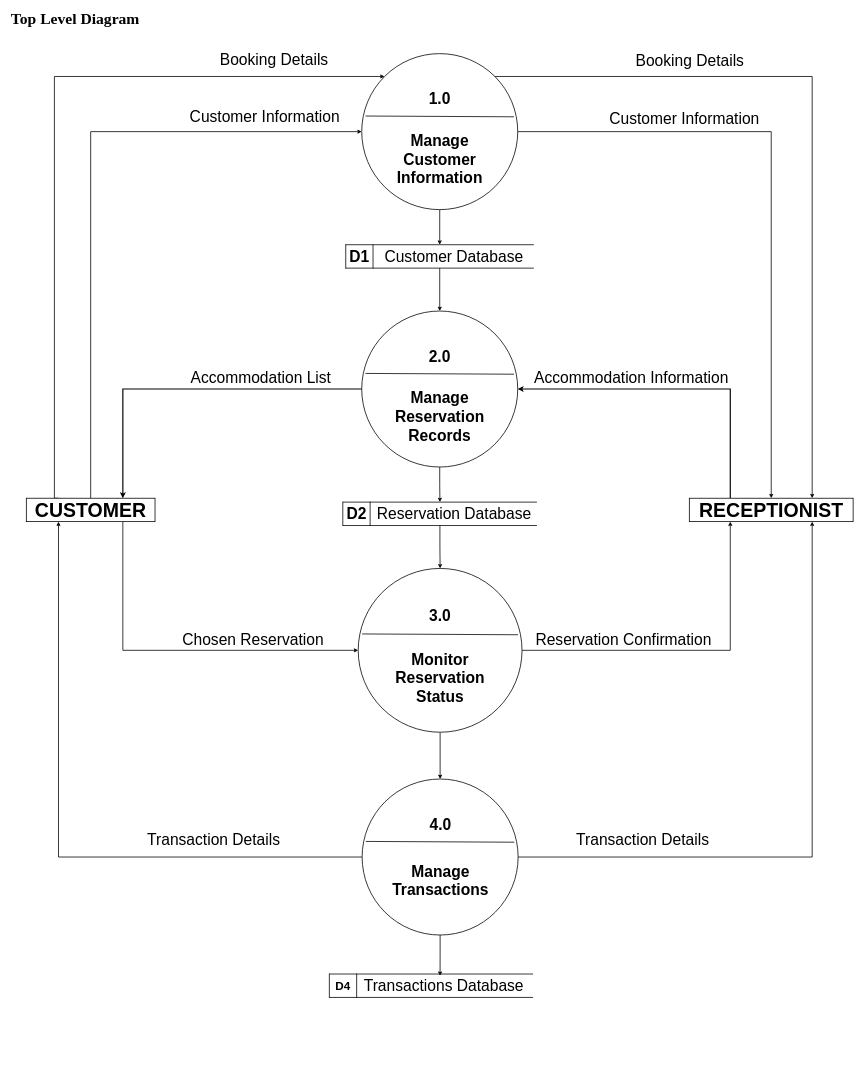
The draw.io diagram CC13/TopLevelDiagram.drawio in doyaoencab/draw.io, before the edit. Source tidied: cells renumbered, new cells numbered last; positions are measured from the earlier drawing's top-left corner, leaving out a move shared by most shapes. Both pictures are drawn from the tidied source at 39%, with x=0, y=0 at pixel (7, 7).
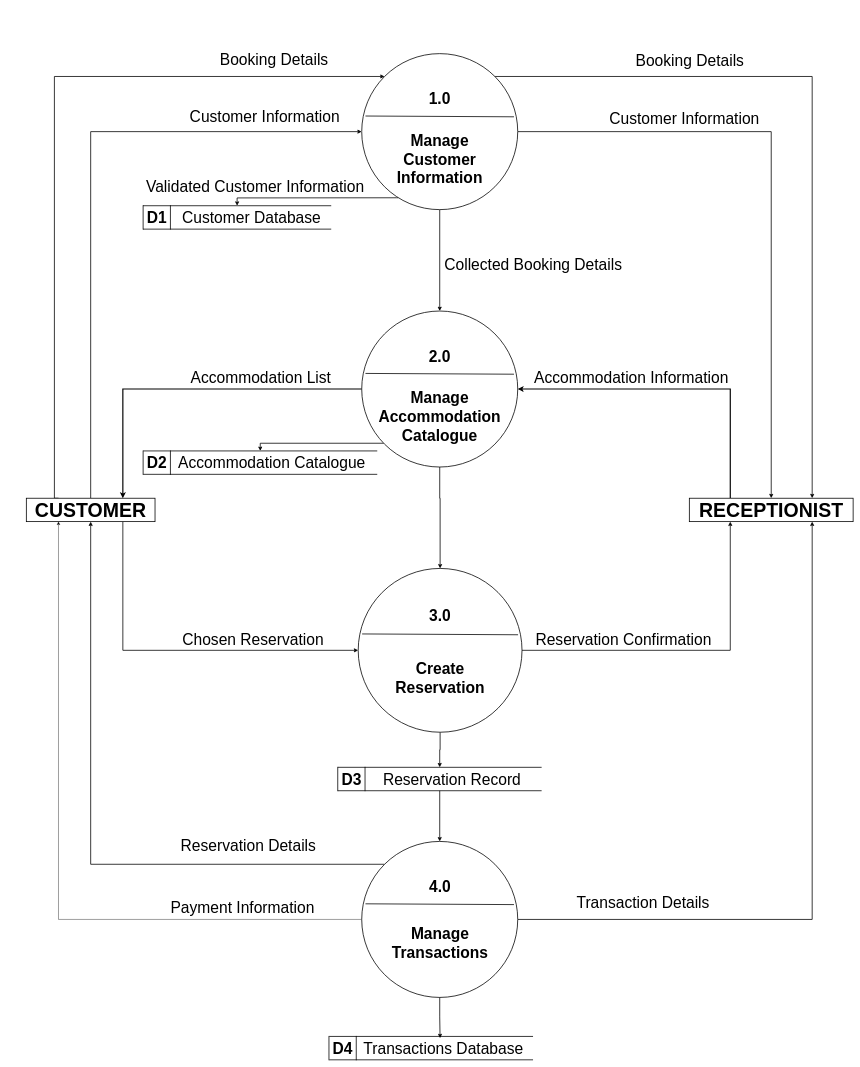
The same diagram, later.

The change refers to these unchanged cells:
```xml
<mxCell id="5" style="ellipse;whiteSpace=wrap;html=1;strokeWidth=2;" parent="1" vertex="1">
  <mxGeometry x="910" y="120" width="400" height="400" as="geometry" />
</mxCell>
<mxCell id="10" style="ellipse;whiteSpace=wrap;html=1;strokeWidth=2;" parent="1" vertex="1">
  <mxGeometry x="910" y="780" width="400" height="400" as="geometry" />
</mxCell>
<mxCell id="16" value="&lt;b&gt;&lt;font style=&quot;font-size: 50px;&quot;&gt;CUSTOMER&lt;/font&gt;&lt;/b&gt;" style="rounded=0;whiteSpace=wrap;html=1;strokeWidth=2;" parent="1" vertex="1">
  <mxGeometry x="50" y="1260" width="330" height="60" as="geometry" />
</mxCell>
<mxCell id="19" style="ellipse;whiteSpace=wrap;html=1;strokeWidth=2;" parent="1" vertex="1">
  <mxGeometry x="901" y="1440" width="420" height="420" as="geometry" />
</mxCell>
```

Change to the diagram source:
```diff
@@
-    <mxCell id="2" style="edgeStyle=orthogonalEdgeStyle;rounded=0;jettySize=auto;html=1;exitX=0.5;exitY=1;exitDx=0;exitDy=0;entryX=0;entryY=0.5;entryDx=0;entryDy=0;strokeWidth=2;" parent="1" edge="1" source="5" target="33">
-      <mxGeometry relative="1" as="geometry" />
+    <mxCell id="2" style="edgeStyle=orthogonalEdgeStyle;rounded=0;jettySize=auto;html=1;exitX=0.234;exitY=0.924;exitDx=0;exitDy=0;entryX=0;entryY=0.5;entryDx=0;entryDy=0;strokeWidth=2;exitPerimeter=0;" parent="1" edge="1" source="5" target="33">
+      <mxGeometry relative="1" as="geometry">
+        <Array as="points">
+          <mxPoint x="1000" y="490" />
+          <mxPoint x="590" y="490" />
+        </Array>
+      </mxGeometry>
     </mxCell>
@@
+    <mxCell id="56" style="edgeStyle=orthogonalEdgeStyle;rounded=0;jettySize=auto;html=1;exitX=0.5;exitY=1;exitDx=0;exitDy=0;strokeWidth=2;" parent="1" edge="1" source="5" target="10">
+      <mxGeometry relative="1" as="geometry" />
+    </mxCell>
@@
     <mxCell id="8" style="edgeStyle=orthogonalEdgeStyle;rounded=0;jettySize=auto;html=1;entryX=0;entryY=0.5;entryDx=0;entryDy=0;strokeWidth=2;" parent="1" edge="1" source="10" target="37">
-      <mxGeometry relative="1" as="geometry" />
+      <mxGeometry relative="1" as="geometry">
+        <Array as="points">
+          <mxPoint x="650" y="1119" />
+        </Array>
+      </mxGeometry>
     </mxCell>
@@
+    <mxCell id="57" style="edgeStyle=orthogonalEdgeStyle;rounded=0;jettySize=auto;html=1;exitX=0.5;exitY=1;exitDx=0;exitDy=0;entryX=0.5;entryY=0;entryDx=0;entryDy=0;strokeWidth=2;" parent="1" edge="1" source="10" target="19">
+      <mxGeometry relative="1" as="geometry">
+        <Array as="points">
+          <mxPoint x="1110" y="1260" />
+          <mxPoint x="1111" y="1390" />
+        </Array>
+      </mxGeometry>
+    </mxCell>
@@
-    <mxCell id="18" style="edgeStyle=orthogonalEdgeStyle;rounded=0;jettySize=auto;html=1;exitX=0.5;exitY=1;exitDx=0;exitDy=0;entryX=0.5;entryY=0;entryDx=0;entryDy=0;strokeWidth=2;" parent="1" edge="1" source="19" target="24">
-      <mxGeometry relative="1" as="geometry" />
-    </mxCell>
+    <mxCell id="58" style="edgeStyle=orthogonalEdgeStyle;rounded=0;jettySize=auto;html=1;exitX=0.5;exitY=1;exitDx=0;exitDy=0;entryX=0;entryY=0.5;entryDx=0;entryDy=0;strokeWidth=2;" parent="1" edge="1" source="19" target="63">
+      <mxGeometry relative="1" as="geometry" />
+    </mxCell>
@@
-    <mxCell id="22" style="edgeStyle=orthogonalEdgeStyle;rounded=0;jettySize=auto;html=1;exitX=0;exitY=0.5;exitDx=0;exitDy=0;entryX=0.25;entryY=1;entryDx=0;entryDy=0;strokeWidth=2;" parent="1" edge="1" source="24" target="16">
+    <mxCell id="22" style="edgeStyle=orthogonalEdgeStyle;rounded=0;jettySize=auto;html=1;exitX=0;exitY=0;exitDx=0;exitDy=0;entryX=0.5;entryY=1;entryDx=0;entryDy=0;strokeWidth=2;" parent="1" edge="1" source="24" target="16">
       <mxGeometry relative="1" as="geometry" />
     </mxCell>
@@
+    <mxCell id="59" style="edgeStyle=orthogonalEdgeStyle;rounded=0;jettySize=auto;html=1;exitX=0;exitY=0.5;exitDx=0;exitDy=0;entryX=0.25;entryY=1;entryDx=0;entryDy=0;" parent="1" edge="1" source="24" target="16">
+      <mxGeometry relative="1" as="geometry" />
+    </mxCell>
     <mxCell id="24" style="ellipse;whiteSpace=wrap;html=1;strokeWidth=2;" parent="1" vertex="1">
-      <mxGeometry x="911" y="1980" width="400" height="400" as="geometry" />
+      <mxGeometry x="910" y="2140" width="400" height="400" as="geometry" />
     </mxCell>
@@
     <mxCell id="26" value="&lt;b&gt;&lt;font&gt;4.0&lt;/font&gt;&lt;/b&gt;" style="text;html=1;align=center;verticalAlign=middle;whiteSpace=wrap;rounded=0;fontSize=40;strokeWidth=2;" parent="1" vertex="1">
-      <mxGeometry x="1082" y="2080" width="60" height="30" as="geometry" />
+      <mxGeometry x="1081" y="2240" width="60" height="30" as="geometry" />
     </mxCell>
@@
-    <mxCell id="28" value="&lt;b&gt;&lt;font&gt;Manage Reservation Records&lt;/font&gt;&lt;/b&gt;" style="text;html=1;align=center;verticalAlign=middle;whiteSpace=wrap;rounded=0;strokeWidth=2;fontSize=40;" parent="1" vertex="1">
+    <mxCell id="28" value="&lt;b&gt;&lt;font&gt;Manage Accommodation Catalogue&lt;/font&gt;&lt;/b&gt;" style="text;html=1;align=center;verticalAlign=middle;whiteSpace=wrap;rounded=0;strokeWidth=2;fontSize=40;" parent="1" vertex="1">
       <mxGeometry x="1010" y="970" width="200" height="160" as="geometry" />
     </mxCell>
-    <mxCell id="29" value="&lt;b&gt;&lt;font&gt;Monitor Reservation Status&lt;/font&gt;&lt;/b&gt;" style="text;html=1;align=center;verticalAlign=middle;whiteSpace=wrap;rounded=0;strokeWidth=2;fontSize=40;" parent="1" vertex="1">
+    <mxCell id="29" value="&lt;b&gt;&lt;font&gt;Create Reservation&lt;/font&gt;&lt;/b&gt;" style="text;html=1;align=center;verticalAlign=middle;whiteSpace=wrap;rounded=0;strokeWidth=2;fontSize=40;" parent="1" vertex="1">
       <mxGeometry x="1011" y="1640" width="200" height="160" as="geometry" />
     </mxCell>
     <mxCell id="30" value="&lt;b&gt;&lt;font&gt;Manage Transactions&lt;/font&gt;&lt;/b&gt;" style="text;html=1;align=center;verticalAlign=middle;whiteSpace=wrap;rounded=0;strokeWidth=2;fontSize=40;" parent="1" vertex="1">
-      <mxGeometry x="1012" y="2160" width="200" height="160" as="geometry" />
+      <mxGeometry x="1011" y="2320" width="200" height="160" as="geometry" />
     </mxCell>
     <mxCell id="31" value="&lt;font style=&quot;font-size: 40px;&quot;&gt;D1&lt;/font&gt;" style="shape=partialRectangle;whiteSpace=wrap;html=1;top=0;bottom=0;fillColor=none;fontStyle=1;strokeWidth=2;" parent="1" vertex="1">
-      <mxGeometry x="869" y="610" width="70" height="60" as="geometry" />
+      <mxGeometry x="349.5" y="510" width="70" height="60" as="geometry" />
     </mxCell>
-    <mxCell id="32" style="edgeStyle=orthogonalEdgeStyle;rounded=0;jettySize=auto;html=1;entryX=0.5;entryY=0;entryDx=0;entryDy=0;strokeWidth=2;" parent="1" edge="1" source="33" target="10">
-      <mxGeometry relative="1" as="geometry" />
-    </mxCell>
     <mxCell id="33" style="shape=partialRectangle;whiteSpace=wrap;html=1;top=0;bottom=0;fillColor=none;rotation=90;fontStyle=1;strokeWidth=2;" parent="1" vertex="1">
-      <mxGeometry x="1080" y="400" width="60" height="480" as="geometry" />
+      <mxGeometry x="560.5" y="300" width="60" height="480" as="geometry" />
     </mxCell>
     <mxCell id="34" value="&lt;font style=&quot;font-size: 40px;&quot;&gt;Customer Database&lt;/font&gt;" style="text;html=1;align=center;verticalAlign=middle;whiteSpace=wrap;rounded=0;strokeWidth=2;" parent="1" vertex="1">
-      <mxGeometry x="955" y="625" width="383" height="30" as="geometry" />
+      <mxGeometry x="435.5" y="525" width="383" height="30" as="geometry" />
     </mxCell>
     <mxCell id="35" value="&lt;font style=&quot;font-size: 40px;&quot;&gt;D2&lt;/font&gt;" style="shape=partialRectangle;whiteSpace=wrap;html=1;top=0;bottom=0;fillColor=none;fontStyle=1;strokeWidth=2;" parent="1" vertex="1">
-      <mxGeometry x="861.5" y="1270" width="70" height="60" as="geometry" />
+      <mxGeometry x="349.5" y="1138.8" width="70" height="60" as="geometry" />
     </mxCell>
-    <mxCell id="36" style="edgeStyle=orthogonalEdgeStyle;rounded=0;jettySize=auto;html=1;entryX=0.5;entryY=0;entryDx=0;entryDy=0;strokeWidth=2;" parent="1" edge="1" source="37" target="19">
-      <mxGeometry relative="1" as="geometry" />
-    </mxCell>
     <mxCell id="37" style="shape=partialRectangle;whiteSpace=wrap;html=1;top=0;bottom=0;fillColor=none;rotation=90;fontStyle=1;strokeWidth=2;" parent="1" vertex="1">
-      <mxGeometry x="1080.5" y="1052.5" width="60" height="495" as="geometry" />
+      <mxGeometry x="619.8" y="870" width="60" height="597.5" as="geometry" />
     </mxCell>
-    <mxCell id="38" value="&lt;font style=&quot;font-size: 40px;&quot;&gt;Reservation Database&lt;/font&gt;" style="text;html=1;align=center;verticalAlign=middle;whiteSpace=wrap;rounded=0;strokeWidth=2;" parent="1" vertex="1">
-      <mxGeometry x="931.5" y="1285" width="430" height="30" as="geometry" />
+    <mxCell id="38" value="&lt;font style=&quot;font-size: 40px;&quot;&gt;Accommodation Catalogue&lt;/font&gt;" style="text;html=1;align=center;verticalAlign=middle;whiteSpace=wrap;rounded=0;strokeWidth=2;" parent="1" vertex="1">
+      <mxGeometry x="419.5" y="1153.8" width="518.5" height="30" as="geometry" />
     </mxCell>
-    <mxCell id="39" value="&lt;span style=&quot;font-size: 30px;&quot;&gt;D4&lt;/span&gt;" style="shape=partialRectangle;whiteSpace=wrap;html=1;top=0;bottom=0;fillColor=none;fontStyle=1;strokeWidth=2;" parent="1" vertex="1">
-      <mxGeometry x="827" y="2480" width="70" height="60" as="geometry" />
+    <mxCell id="39" value="&lt;font style=&quot;font-size: 40px;&quot;&gt;D4&lt;/font&gt;" style="shape=partialRectangle;whiteSpace=wrap;html=1;top=0;bottom=0;fillColor=none;fontStyle=1;strokeWidth=2;" parent="1" vertex="1">
+      <mxGeometry x="826" y="2640" width="70" height="60" as="geometry" />
     </mxCell>
     <mxCell id="40" style="shape=partialRectangle;whiteSpace=wrap;html=1;top=0;bottom=0;fillColor=none;rotation=90;fontStyle=1;strokeWidth=2;" parent="1" vertex="1">
-      <mxGeometry x="1058" y="2250" width="60" height="520" as="geometry" />
+      <mxGeometry x="1058" y="2410" width="60" height="520" as="geometry" />
     </mxCell>
     <mxCell id="41" value="&lt;font style=&quot;font-size: 40px;&quot;&gt;Transactions Database&lt;/font&gt;" style="text;html=1;align=center;verticalAlign=middle;whiteSpace=wrap;rounded=0;strokeWidth=2;" parent="1" vertex="1">
-      <mxGeometry x="907.5" y="2495" width="424.5" height="30" as="geometry" />
+      <mxGeometry x="906.5" y="2655" width="424.5" height="30" as="geometry" />
     </mxCell>
@@
-    <mxCell id="53" value="&lt;font&gt;Transaction Details&lt;/font&gt;" style="text;html=1;align=center;verticalAlign=middle;strokeColor=none;fillColor=none;fontSize=40;" parent="1" vertex="1">
-      <mxGeometry x="350" y="2105" width="360" height="60" as="geometry" />
+    <mxCell id="53" value="&lt;font&gt;Reservation Details&lt;/font&gt;" style="text;html=1;align=center;verticalAlign=middle;strokeColor=none;fillColor=none;fontSize=40;" parent="1" vertex="1">
+      <mxGeometry x="434" y="2120" width="370" height="60" as="geometry" />
     </mxCell>
     <mxCell id="54" value="&lt;font&gt;Transaction Details&lt;/font&gt;" style="text;html=1;align=center;verticalAlign=middle;strokeColor=none;fillColor=none;fontSize=40;" parent="1" vertex="1">
-      <mxGeometry x="1450" y="2105" width="360" height="60" as="geometry" />
+      <mxGeometry x="1451" y="2265" width="360" height="60" as="geometry" />
     </mxCell>
-    <mxCell id="55" value="&lt;font face=&quot;Times New Roman&quot; style=&quot;font-size: 40px;&quot;&gt;&lt;b&gt;Top Level Diagram&lt;/b&gt;&lt;/font&gt;" style="text;html=1;align=center;verticalAlign=middle;strokeColor=none;fillColor=none;" parent="1" vertex="1">
-      <mxGeometry width="350" height="60" as="geometry" />
-    </mxCell>
+    <mxCell id="60" value="&lt;font&gt;Payment Information&lt;/font&gt;" style="text;html=1;align=center;verticalAlign=middle;strokeColor=none;fillColor=none;fontSize=40;" parent="1" vertex="1">
+      <mxGeometry x="409" y="2280" width="390" height="60" as="geometry" />
+    </mxCell>
+    <mxCell id="61" value="&lt;font style=&quot;font-size: 40px;&quot;&gt;D3&lt;/font&gt;" style="shape=partialRectangle;whiteSpace=wrap;html=1;top=0;bottom=0;fillColor=none;fontStyle=1;strokeWidth=2;" parent="1" vertex="1">
+      <mxGeometry x="848.5" y="1950" width="70" height="60" as="geometry" />
+    </mxCell>
+    <mxCell id="62" style="edgeStyle=orthogonalEdgeStyle;rounded=0;jettySize=auto;html=1;strokeWidth=2;" parent="1" edge="1" source="63" target="24">
+      <mxGeometry relative="1" as="geometry" />
+    </mxCell>
+    <mxCell id="63" style="shape=partialRectangle;whiteSpace=wrap;html=1;top=0;bottom=0;fillColor=none;rotation=90;fontStyle=1;strokeWidth=2;" parent="1" vertex="1">
+      <mxGeometry x="1080" y="1720" width="60" height="520" as="geometry" />
+    </mxCell>
+    <mxCell id="64" value="&lt;font style=&quot;font-size: 40px;&quot;&gt;Reservation Record&lt;/font&gt;" style="text;html=1;align=center;verticalAlign=middle;whiteSpace=wrap;rounded=0;strokeWidth=2;" parent="1" vertex="1">
+      <mxGeometry x="929" y="1965" width="424.5" height="30" as="geometry" />
+    </mxCell>
+    <mxCell id="65" value="&lt;span style=&quot;color: rgb(0, 0, 0); font-family: Helvetica; font-style: normal; font-variant-ligatures: normal; font-variant-caps: normal; font-weight: 400; letter-spacing: normal; orphans: 2; text-indent: 0px; text-transform: none; widows: 2; word-spacing: 0px; -webkit-text-stroke-width: 0px; white-space: nowrap; background-color: rgb(255, 255, 255); text-decoration-thickness: initial; text-decoration-style: initial; text-decoration-color: initial; float: none; display: inline !important;&quot;&gt;&lt;font&gt;Validated&amp;nbsp;&lt;/font&gt;&lt;/span&gt;&lt;span style=&quot;background-color: light-dark(rgb(255, 255, 255), rgb(18, 18, 18)); color: light-dark(rgb(0, 0, 0), rgb(237, 237, 237)); text-wrap-mode: nowrap;&quot;&gt;Customer Information&lt;/span&gt;" style="text;whiteSpace=wrap;html=1;align=center;fontSize=40;" parent="1" vertex="1">
+      <mxGeometry x="367" y="430" width="539.5" height="50" as="geometry" />
+    </mxCell>
+    <mxCell id="66" value="&lt;span style=&quot;text-wrap-mode: nowrap; background-color: rgb(255, 255, 255);&quot;&gt;Collected&amp;nbsp;&lt;/span&gt;&lt;span style=&quot;background-color: light-dark(rgb(255, 255, 255), rgb(18, 18, 18)); text-wrap-mode: nowrap; color: light-dark(rgb(0, 0, 0), rgb(255, 255, 255));&quot;&gt;Booking Details&lt;/span&gt;" style="text;whiteSpace=wrap;html=1;align=center;fontSize=40;" parent="1" vertex="1">
+      <mxGeometry x="1200" y="630" width="300" height="50" as="geometry" />
+    </mxCell>
```
